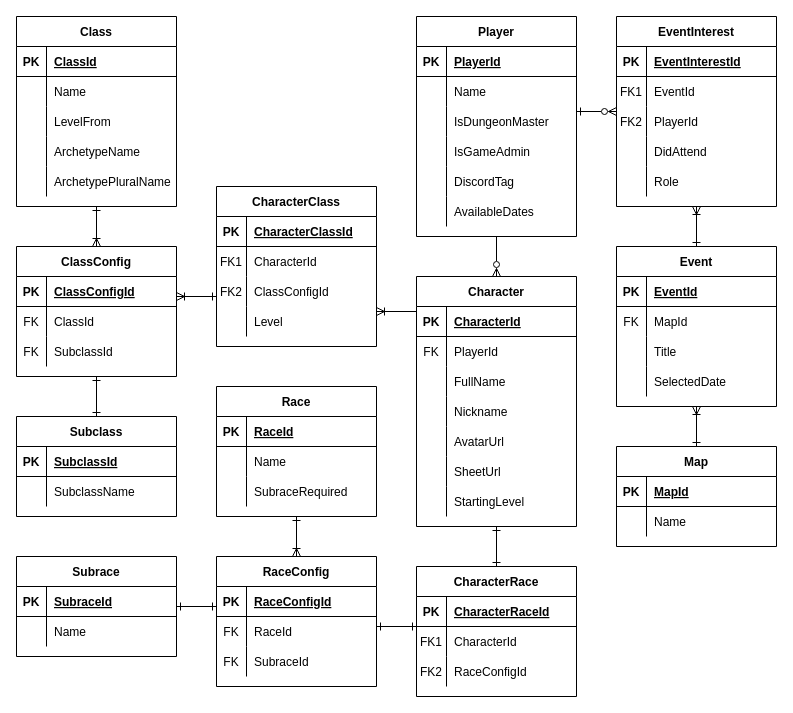
Above: Documentation/Entity Relationship Diagram.drawio in Jackclarke95/into-the-west (draw.io), before the change. Source tidied: cells renumbered, new cells numbered last; positions are measured from the earlier drawing's top-left corner, leaving out a move shared by most shapes. Both pictures are drawn from the tidied source at 100%, with x=0, y=0 at pixel (16, 16).
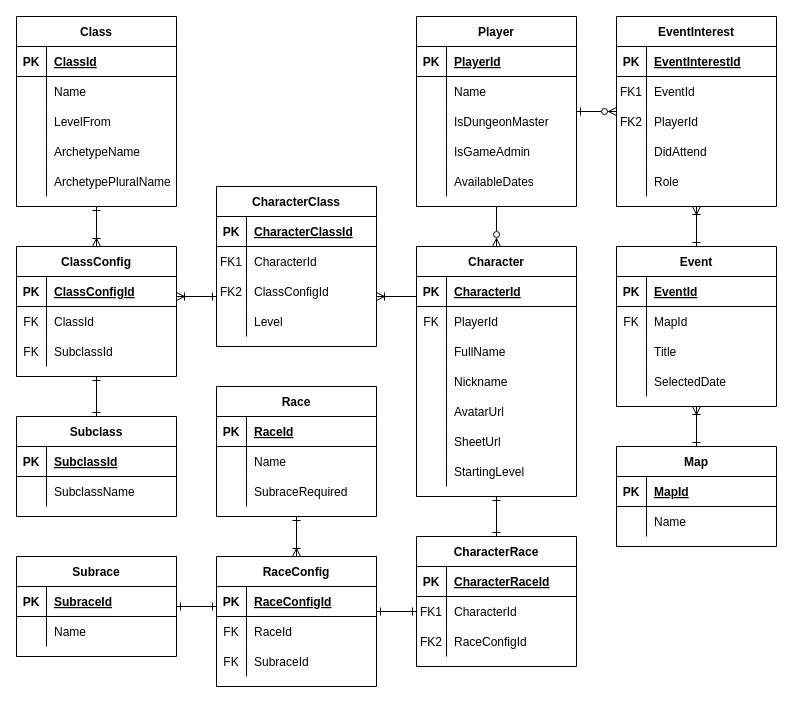
The same diagram, later.

Change to the diagram source:
```diff
@@
     <mxCell id="3" value="Character" style="shape=table;startSize=30;childLayout=tableLayout;rowLines=0;fontStyle=1;align=center;strokeColor=default;" parent="1" vertex="1">
-      <mxGeometry x="400" y="260" width="160" height="250" as="geometry" />
+      <mxGeometry x="400" y="230" width="160" height="250" as="geometry" />
     </mxCell>
@@
     <mxCell id="57" value="Player" style="shape=table;startSize=30;childLayout=tableLayout;rowLines=0;fontStyle=1;align=center;strokeColor=default;" parent="1" vertex="1">
-      <mxGeometry x="400" width="160" height="220" as="geometry" />
+      <mxGeometry x="400" width="160" height="190" as="geometry" />
     </mxCell>
@@
-    <mxCell id="70" style="shape=tableRow;horizontal=0;startSize=0;swimlaneHead=0;swimlaneBody=0;fillColor=none;top=0;left=0;right=0;bottom=0;strokeColor=default;" parent="57" vertex="1">
-      <mxGeometry y="150" width="160" height="30" as="geometry" />
-    </mxCell>
-    <mxCell id="71" style="shape=partialRectangle;fillColor=none;top=0;left=0;bottom=0;right=0;overflow=hidden;strokeColor=default;" parent="70" vertex="1">
-      <mxGeometry width="30" height="30" as="geometry" />
-    </mxCell>
-    <mxCell id="72" value="DiscordTag" style="shape=partialRectangle;fillColor=none;top=0;left=0;bottom=0;right=0;align=left;spacingLeft=6;overflow=hidden;strokeColor=default;" parent="70" vertex="1">
-      <mxGeometry x="30" width="130" height="30" as="geometry" />
-    </mxCell>
     <mxCell id="73" style="shape=tableRow;horizontal=0;startSize=0;swimlaneHead=0;swimlaneBody=0;fillColor=none;top=0;left=0;right=0;bottom=0;" parent="57" vertex="1">
-      <mxGeometry y="180" width="160" height="30" as="geometry" />
+      <mxGeometry y="150" width="160" height="30" as="geometry" />
     </mxCell>
@@
     <mxCell id="141" value="CharacterRace" style="shape=table;startSize=30;childLayout=tableLayout;rowLines=0;fontStyle=1;align=center;strokeColor=default;" parent="1" vertex="1">
-      <mxGeometry x="400" y="550" width="160" height="130" as="geometry" />
+      <mxGeometry x="400" y="520" width="160" height="130" as="geometry" />
     </mxCell>
```
